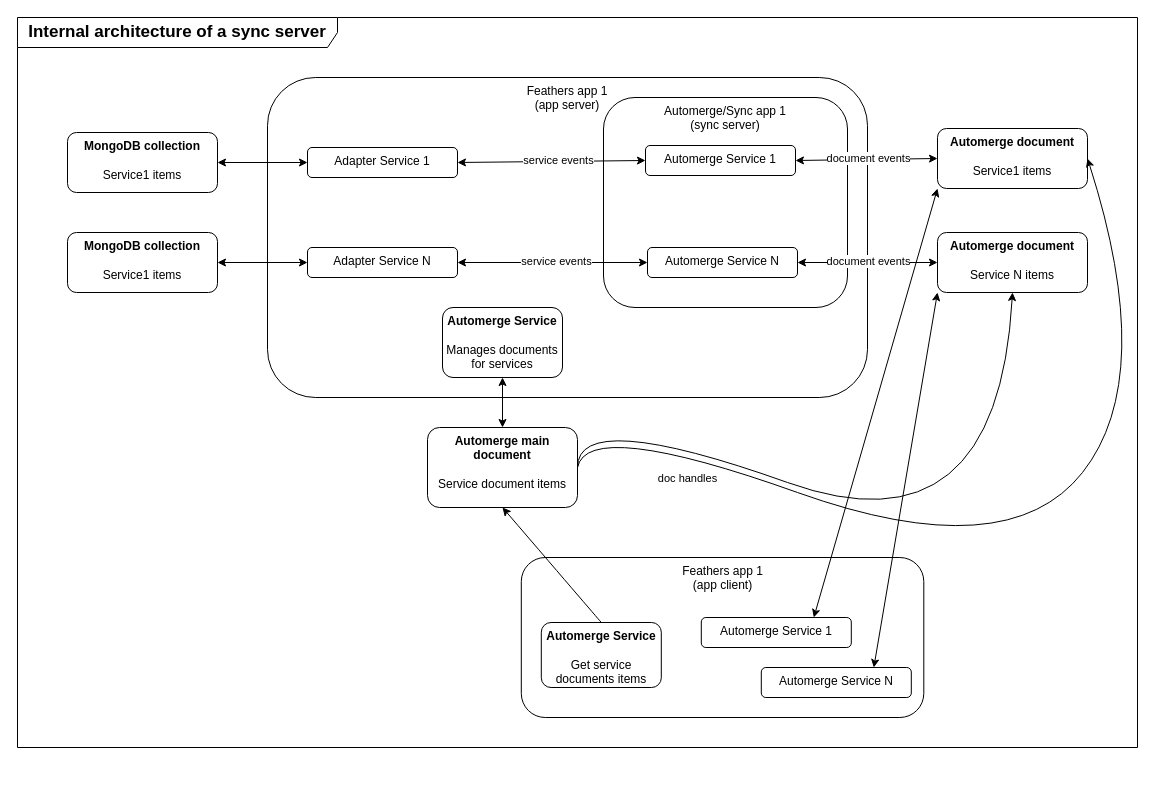
Earlier version of the draw.io diagram page "Sync server architecture" (1 of 4) of diagram.drawio (kalisio/offline-sync). Source tidied: cells renumbered, new cells numbered last; positions are measured from the earlier drawing's top-left corner, leaving out a move shared by most shapes. Both pictures are drawn from the tidied source at 100%, with x=0, y=0 at pixel (17, 17).
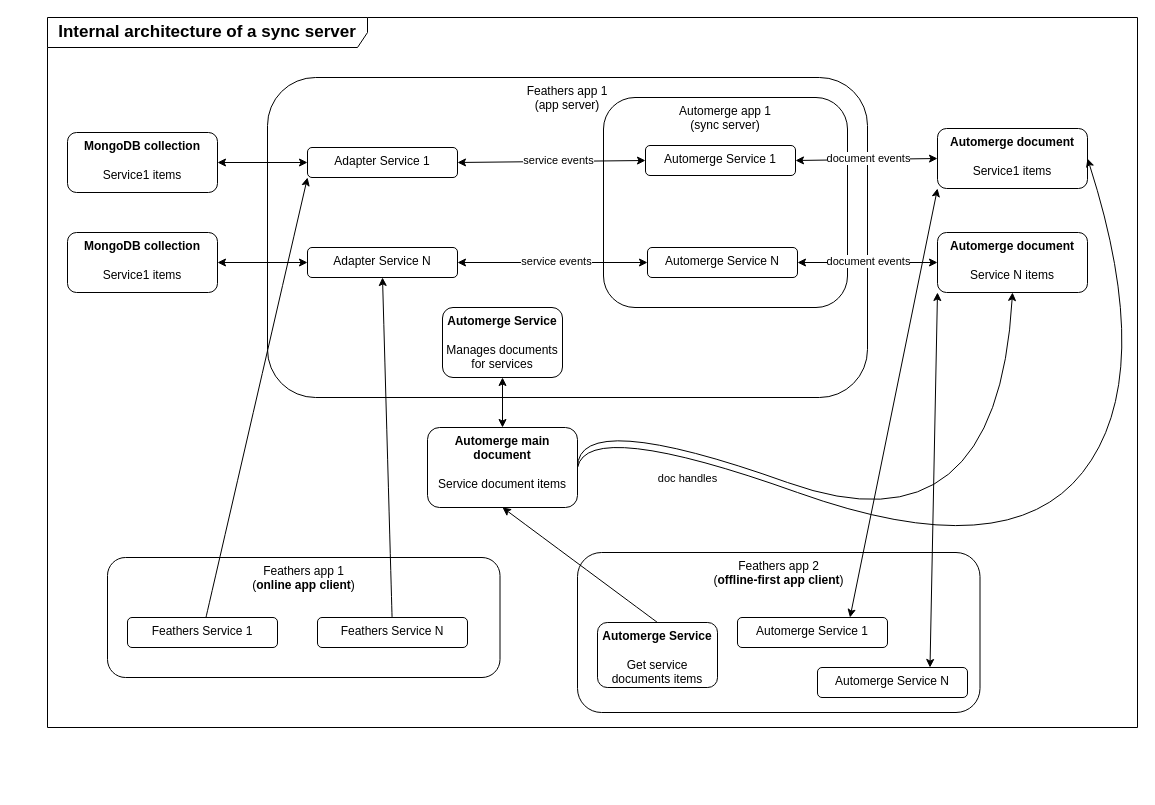
After the change.

Unchanged cells that the change refers to:
```xml
<mxCell id="15" value="Adapter Service 1" style="rounded=1;whiteSpace=wrap;html=1;verticalAlign=top;" parent="1" vertex="1">
  <mxGeometry x="290" y="130" width="150" height="30" as="geometry" />
</mxCell>
<mxCell id="16" value="Adapter Service N" style="rounded=1;whiteSpace=wrap;html=1;verticalAlign=top;" parent="1" vertex="1">
  <mxGeometry x="290" y="230" width="150" height="30" as="geometry" />
</mxCell>
```

Diff of the diagram source:
```diff
@@
-    <mxCell id="4" value="Automerge/Sync app 1&lt;div&gt;(sync server)&lt;/div&gt;" style="rounded=1;whiteSpace=wrap;html=1;verticalAlign=top;" parent="1" vertex="1">
+    <mxCell id="4" value="Automerge app 1&lt;div&gt;(sync server)&lt;/div&gt;" style="rounded=1;whiteSpace=wrap;html=1;verticalAlign=top;" parent="1" vertex="1">
       <mxGeometry x="586" y="80" width="244" height="210" as="geometry" />
     </mxCell>
@@
     <mxCell id="28" style="group;" parent="1" vertex="1">
-      <mxGeometry x="503.8" y="540" width="402.5" height="230" as="geometry" />
+      <mxGeometry x="610" y="540" width="402.5" height="230" as="geometry" />
     </mxCell>
-    <mxCell id="29" value="Feathers app 1&lt;div&gt;(app client)&lt;/div&gt;" style="rounded=1;whiteSpace=wrap;html=1;verticalAlign=top;" parent="28" vertex="1">
-      <mxGeometry width="402.5" height="160" as="geometry" />
+    <mxCell id="29" value="Feathers app 2&lt;div&gt;(&lt;b&gt;offline-first app client&lt;/b&gt;)&lt;/div&gt;" style="rounded=1;whiteSpace=wrap;html=1;verticalAlign=top;" parent="28" vertex="1">
+      <mxGeometry x="-50" y="-5" width="402.5" height="160" as="geometry" />
     </mxCell>
     <mxCell id="30" value="&lt;b&gt;Automerge Service&lt;/b&gt;&lt;div&gt;&lt;br&gt;&lt;/div&gt;&lt;div&gt;Get service&lt;br&gt;documents items&lt;/div&gt;" style="rounded=1;whiteSpace=wrap;html=1;verticalAlign=top;" parent="28" vertex="1">
-      <mxGeometry x="20" y="65" width="120" height="65" as="geometry" />
+      <mxGeometry x="-30" y="65" width="120" height="65" as="geometry" />
     </mxCell>
     <mxCell id="31" value="Automerge Service 1" style="rounded=1;whiteSpace=wrap;html=1;verticalAlign=top;" parent="28" vertex="1">
-      <mxGeometry x="180" y="60" width="150" height="30" as="geometry" />
+      <mxGeometry x="110" y="60" width="150" height="30" as="geometry" />
     </mxCell>
     <mxCell id="32" value="Automerge Service N" style="rounded=1;whiteSpace=wrap;html=1;verticalAlign=top;" parent="28" vertex="1">
-      <mxGeometry x="240" y="110" width="150" height="30" as="geometry" />
+      <mxGeometry x="190" y="110" width="150" height="30" as="geometry" />
     </mxCell>
@@
     <mxCell id="36" value="&lt;b&gt;&lt;font style=&quot;font-size: 17px;&quot;&gt;Internal architecture of a sync server&lt;/font&gt;&lt;/b&gt;" style="shape=umlFrame;whiteSpace=wrap;html=1;width=320;height=30;" parent="1" vertex="1">
-      <mxGeometry width="1120" height="730" as="geometry" />
+      <mxGeometry x="30" width="1090" height="710" as="geometry" />
     </mxCell>
+    <mxCell id="37" style="group;" parent="1" vertex="1">
+      <mxGeometry x="80" y="540" width="402.5" height="230" as="geometry" />
+    </mxCell>
+    <mxCell id="38" value="Feathers app 1&lt;div&gt;(&lt;b&gt;online app client&lt;/b&gt;)&lt;/div&gt;" style="rounded=1;whiteSpace=wrap;html=1;verticalAlign=top;" parent="37" vertex="1">
+      <mxGeometry x="10" width="392.5" height="120" as="geometry" />
+    </mxCell>
+    <mxCell id="39" value="Feathers Service 1" style="rounded=1;whiteSpace=wrap;html=1;verticalAlign=top;" parent="37" vertex="1">
+      <mxGeometry x="30" y="60" width="150" height="30" as="geometry" />
+    </mxCell>
+    <mxCell id="40" value="Feathers&amp;nbsp;Service N" style="rounded=1;whiteSpace=wrap;html=1;verticalAlign=top;" parent="37" vertex="1">
+      <mxGeometry x="220" y="60" width="150" height="30" as="geometry" />
+    </mxCell>
+    <mxCell id="41" style="curved=1;endArrow=classic;html=1;rounded=0;entryX=0;entryY=1;entryDx=0;entryDy=0;" parent="1" edge="1" source="39" target="15">
+      <mxGeometry relative="1" as="geometry" />
+    </mxCell>
+    <mxCell id="42" style="curved=1;endArrow=classic;html=1;rounded=0;entryX=0.5;entryY=1;entryDx=0;entryDy=0;" parent="1" edge="1" source="40" target="16">
+      <mxGeometry relative="1" as="geometry" />
+    </mxCell>
```
